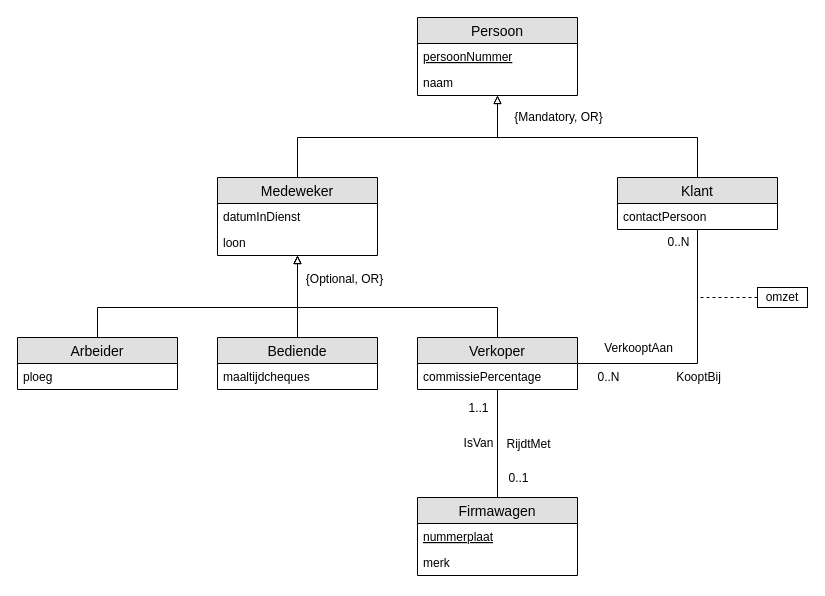
Above: workshops/04-relationeel_model/exercises/exercise-6.drawio in HOGENT-Databases/DB1-Workshops (draw.io), before the change. Source tidied: cells renumbered, new cells numbered last; positions are measured from the earlier drawing's top-left corner, leaving out a move shared by most shapes. Both pictures are drawn from the tidied source at 100%, with x=0, y=0 at pixel (17, 17).
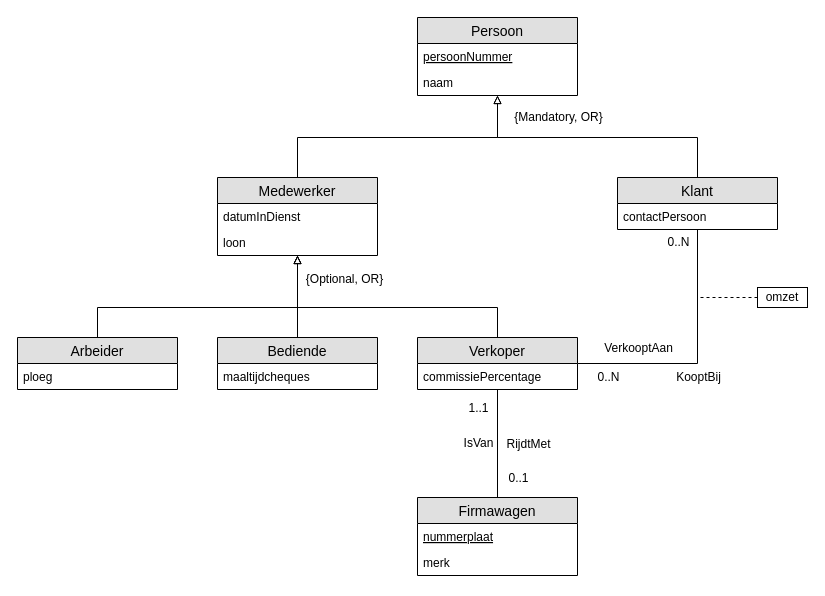
Above is the later version.

Commit message (it also covers changes not shown here):
04 - 06 typo medeweker

What changed in the source:
```diff
@@
-    <mxCell id="10" value="Medeweker" style="swimlane;fontStyle=0;horizontal=1;startSize=26;fillColor=#e0e0e0;swimlaneFillColor=#ffffff;align=center;fontSize=14;" parent="1" vertex="1">
+    <mxCell id="10" value="Medewerker" style="swimlane;fontStyle=0;horizontal=1;startSize=26;fillColor=#e0e0e0;swimlaneFillColor=#ffffff;align=center;fontSize=14;" parent="1" vertex="1">
       <mxGeometry x="200" y="160" width="160" height="78" as="geometry" />
     </mxCell>
```
